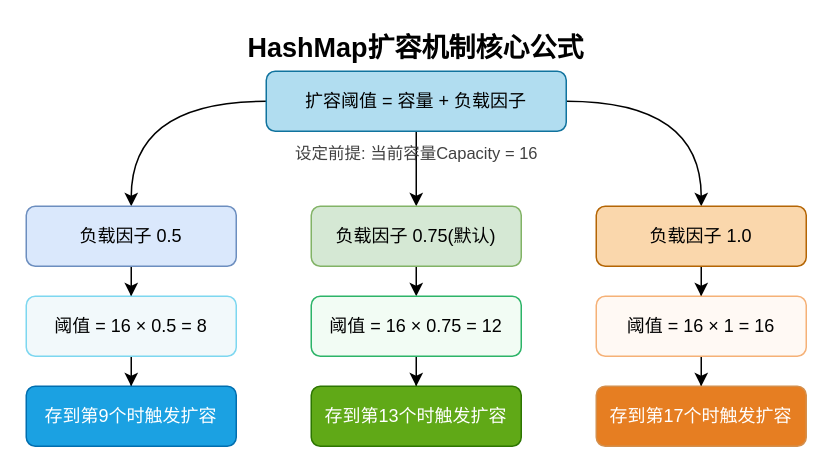
The draw.io diagram HashMap.drawio in qingyunlyp/resource, before the edit. Source tidied: cells renumbered, new cells numbered last; positions are measured from the earlier drawing's top-left corner, leaving out a move shared by most shapes. Both pictures are drawn from the tidied source at 150%, with x=0, y=0 at pixel (26, 26).
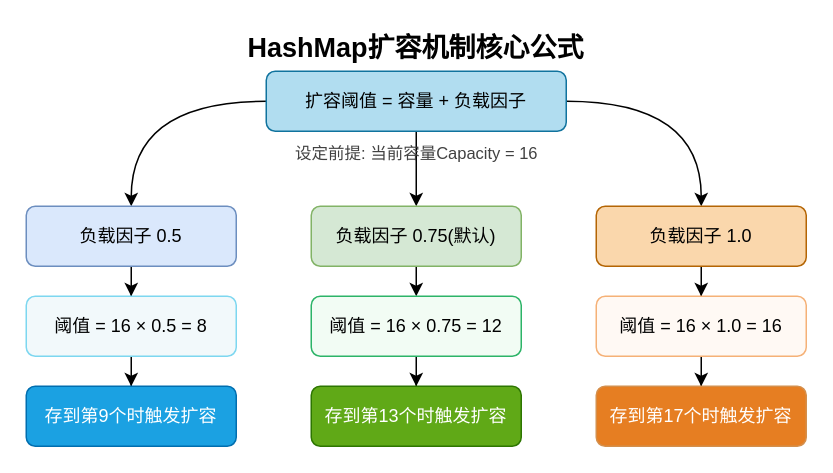
Above is the later version.

The edit, as a diff of the source:
```diff
@@
-    <mxCell id="20" value="阈值 = 16 × 1 = 16" style="rounded=1;whiteSpace=wrap;html=1;fillColor=#FFF9F4;strokeColor=#F5B177;" parent="1" vertex="1">
+    <mxCell id="20" value="阈值 = 16 × 1.0 = 16" style="rounded=1;whiteSpace=wrap;html=1;fillColor=#FFF9F4;strokeColor=#F5B177;" parent="1" vertex="1">
       <mxGeometry x="380" y="180" width="140" height="40" as="geometry" />
     </mxCell>
```
